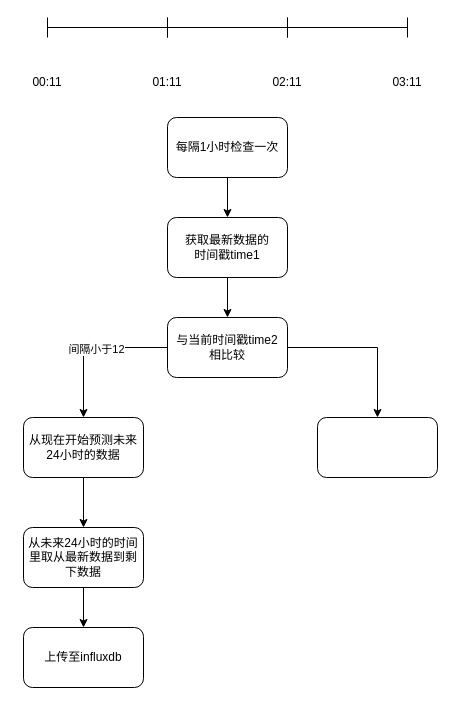
Earlier version of the draw.io diagram timedCheck.drawio (wupei-w/diagrams). Source tidied: cells renumbered, new cells numbered last; positions are measured from the earlier drawing's top-left corner, leaving out a move shared by most shapes. Both pictures are drawn from the tidied source at 100%, with x=0, y=0 at pixel (17, 17).
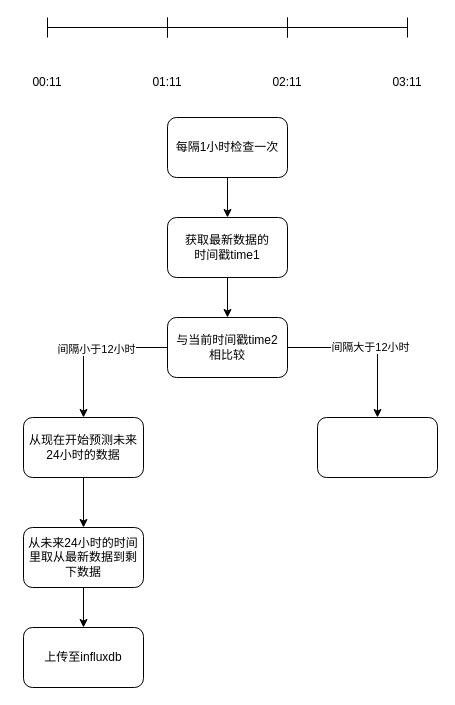
After the change.

Unchanged cells that the change refers to:
```xml
<mxCell id="13" style="edgeStyle=orthogonalEdgeStyle;rounded=0;jettySize=auto;html=1;" parent="1" edge="1" source="16" target="18">
  <mxGeometry relative="1" as="geometry" />
</mxCell>
<mxCell id="15" style="edgeStyle=orthogonalEdgeStyle;rounded=0;jettySize=auto;html=1;" parent="1" edge="1" source="16" target="19">
  <mxGeometry relative="1" as="geometry" />
</mxCell>
```

Change to the diagram source:
```diff
@@
-    <mxCell id="14" value="间隔小于12" style="edgeLabel;html=1;align=center;verticalAlign=middle;" parent="13" vertex="1">
+    <mxCell id="14" value="间隔小于12小时" style="edgeLabel;html=1;align=center;verticalAlign=middle;" parent="13" vertex="1">
       <mxGeometry x="-0.06" y="1" relative="1" as="geometry" />
     </mxCell>
@@
+    <mxCell id="23" value="间隔大于12小时" style="edgeLabel;html=1;align=center;verticalAlign=middle;" parent="15" vertex="1">
+      <mxGeometry x="0.02" y="1" relative="1" as="geometry" />
+    </mxCell>
```
